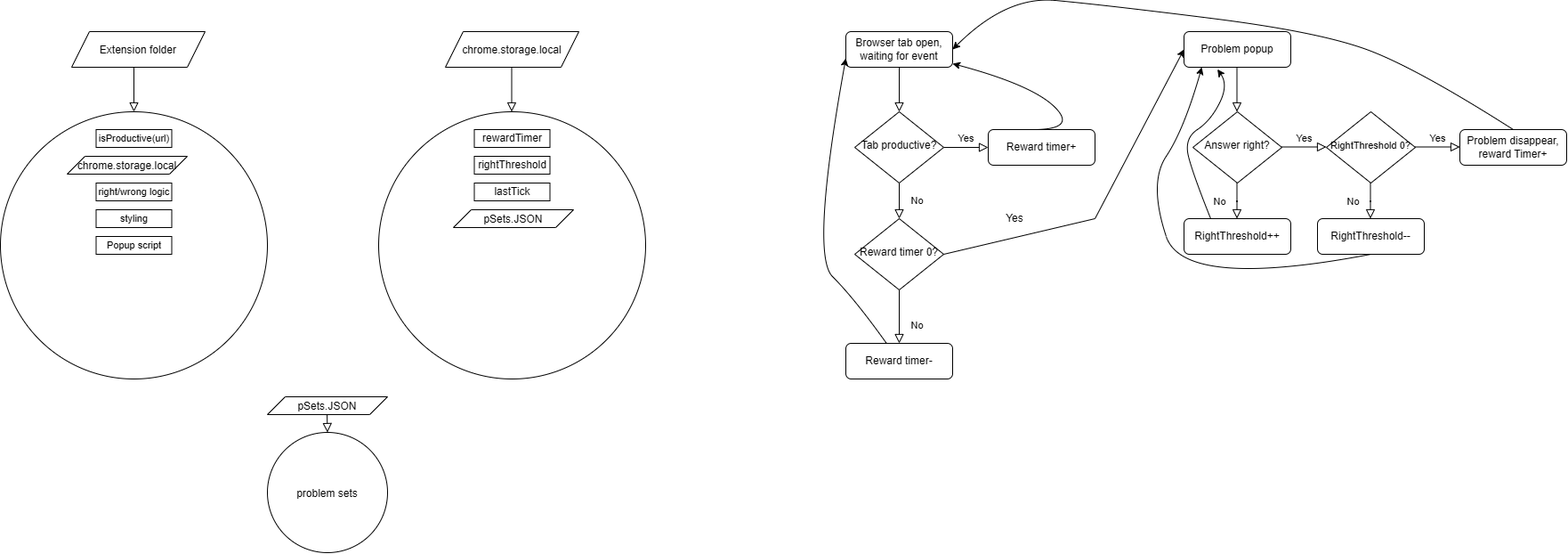
Before: docs/Flowchart_Design.drawio.png, a diagram exported from draw.io (bhaubenSCHOOL/prod-activity). Source tidied: cells renumbered, new cells last; positions are measured from the earlier drawing's top-left corner, leaving out a move shared by most shapes.
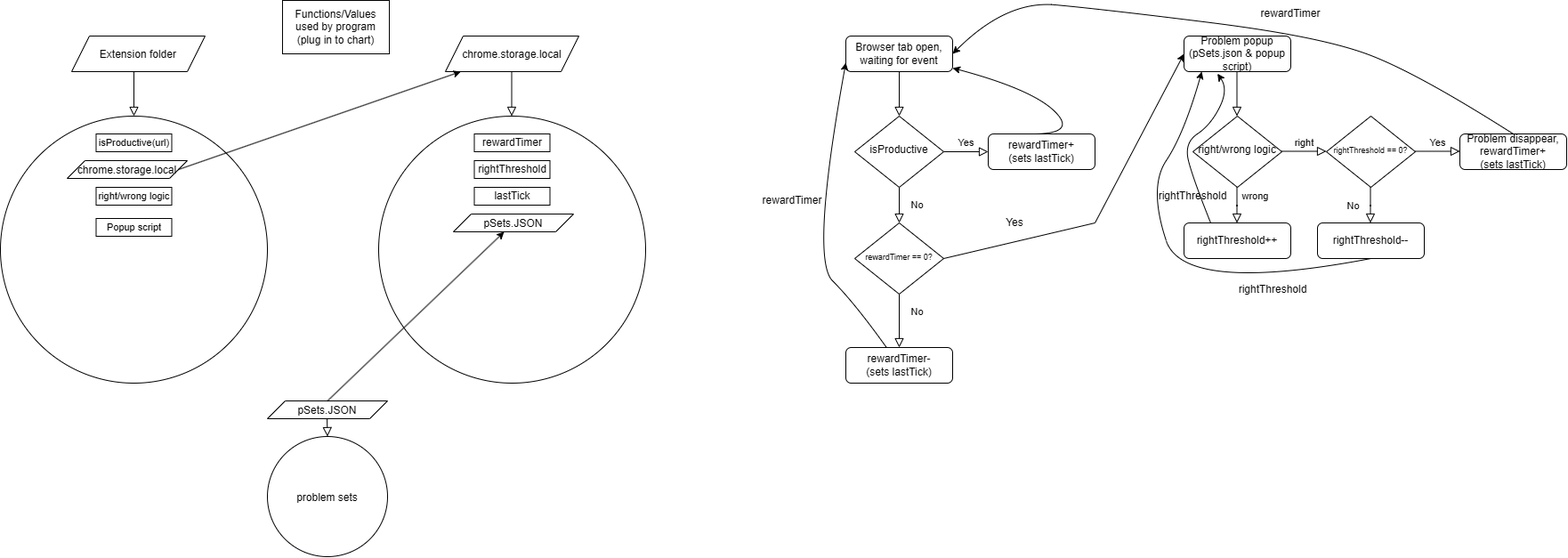
The same diagram one commit later.

Change to the diagram source:
```diff
@@ -14,25 +14,25 @@
     <mxCell id="5" value="Yes" style="edgeStyle=orthogonalEdgeStyle;rounded=0;html=1;jettySize=auto;fontSize=11;endArrow=block;endFill=0;endSize=8;strokeWidth=1;shadow=0;labelBackgroundColor=none;" parent="1" edge="1" source="6" target="7">
       <mxGeometry y="10" relative="1" as="geometry" />
     </mxCell>
-    <mxCell id="6" value="Tab productive?" style="rhombus;whiteSpace=wrap;html=1;shadow=0;fontFamily=Helvetica;fontSize=12;align=center;strokeWidth=1;spacing=6;spacingTop=-4;" parent="1" vertex="1">
+    <mxCell id="6" value="isProductive" style="rhombus;whiteSpace=wrap;html=1;shadow=0;fontFamily=Helvetica;fontSize=12;align=center;strokeWidth=1;spacing=6;spacingTop=-4;" parent="1" vertex="1">
       <mxGeometry x="960" y="130" width="100" height="80" as="geometry" />
     </mxCell>
-    <mxCell id="7" value="Reward timer+" style="rounded=1;whiteSpace=wrap;html=1;fontSize=12;glass=0;strokeWidth=1;shadow=0;" parent="1" vertex="1">
+    <mxCell id="7" value="rewardTimer+&lt;div&gt;(sets lastTick)&lt;/div&gt;" style="rounded=1;whiteSpace=wrap;html=1;fontSize=12;glass=0;strokeWidth=1;shadow=0;" parent="1" vertex="1">
       <mxGeometry x="1110" y="150" width="120" height="40" as="geometry" />
     </mxCell>
     <mxCell id="8" value="No" style="rounded=0;html=1;jettySize=auto;fontSize=11;endArrow=block;endFill=0;endSize=8;strokeWidth=1;shadow=0;labelBackgroundColor=none;edgeStyle=orthogonalEdgeStyle;" parent="1" edge="1" source="9" target="10">
-      <mxGeometry x="0.33" y="20" relative="1" as="geometry" />
+      <mxGeometry x="-0.33" y="20" relative="1" as="geometry" />
     </mxCell>
-    <mxCell id="9" value="Reward timer 0?" style="rhombus;whiteSpace=wrap;html=1;shadow=0;fontFamily=Helvetica;fontSize=12;align=center;strokeWidth=1;spacing=6;spacingTop=-4;" parent="1" vertex="1">
+    <mxCell id="9" value="&lt;font style=&quot;font-size: 9px;&quot;&gt;rewardTimer == 0?&lt;/font&gt;" style="rhombus;whiteSpace=wrap;html=1;shadow=0;fontFamily=Helvetica;fontSize=12;align=center;strokeWidth=1;spacing=6;spacingTop=-4;" parent="1" vertex="1">
       <mxGeometry x="960" y="250" width="100" height="80" as="geometry" />
     </mxCell>
-    <mxCell id="10" value="Reward timer-" style="rounded=1;whiteSpace=wrap;html=1;fontSize=12;glass=0;strokeWidth=1;shadow=0;" parent="1" vertex="1">
+    <mxCell id="10" value="rewardTimer-&lt;div&gt;(sets lastTick)&lt;/div&gt;" style="rounded=1;whiteSpace=wrap;html=1;fontSize=12;glass=0;strokeWidth=1;shadow=0;" parent="1" vertex="1">
       <mxGeometry x="950" y="390" width="120" height="40" as="geometry" />
     </mxCell>
-    <mxCell id="11" value="Problem popup" style="rounded=1;whiteSpace=wrap;html=1;fontSize=12;glass=0;strokeWidth=1;shadow=0;" parent="1" vertex="1">
+    <mxCell id="11" value="Problem popup&lt;div&gt;(pSets.json &amp;amp; popup script)&lt;/div&gt;" style="rounded=1;whiteSpace=wrap;html=1;fontSize=12;glass=0;strokeWidth=1;shadow=0;" parent="1" vertex="1">
       <mxGeometry x="1330" y="40" width="120" height="40" as="geometry" />
     </mxCell>
-    <mxCell id="12" value="Answer right?" style="rhombus;whiteSpace=wrap;html=1;shadow=0;fontFamily=Helvetica;fontSize=12;align=center;strokeWidth=1;spacing=6;spacingTop=-4;" parent="1" vertex="1">
+    <mxCell id="12" value="right/wrong logic" style="rhombus;whiteSpace=wrap;html=1;shadow=0;fontFamily=Helvetica;fontSize=12;align=center;strokeWidth=1;spacing=6;spacingTop=-4;" parent="1" vertex="1">
       <mxGeometry x="1340" y="130" width="100" height="80" as="geometry" />
     </mxCell>
     <mxCell id="13" style="rounded=0;html=1;jettySize=auto;orthogonalLoop=1;fontSize=11;endArrow=block;endFill=0;endSize=8;strokeWidth=1;shadow=0;labelBackgroundColor=none;edgeStyle=orthogonalEdgeStyle;" parent="1" edge="1">
@@ -41,22 +41,22 @@
         <mxPoint x="1389.5" y="130" as="targetPoint" />
       </mxGeometry>
     </mxCell>
-    <mxCell id="14" value="Yes" style="edgeStyle=orthogonalEdgeStyle;rounded=0;html=1;jettySize=auto;orthogonalLoop=1;fontSize=11;endArrow=block;endFill=0;endSize=8;strokeWidth=1;shadow=0;labelBackgroundColor=none;" parent="1" edge="1">
+    <mxCell id="14" value="right" style="edgeStyle=orthogonalEdgeStyle;rounded=0;html=1;jettySize=auto;orthogonalLoop=1;fontSize=11;endArrow=block;endFill=0;endSize=8;strokeWidth=1;shadow=0;labelBackgroundColor=none;" parent="1" edge="1">
       <mxGeometry y="10" relative="1" as="geometry">
         <mxPoint x="1440" y="169.5" as="sourcePoint" />
         <mxPoint x="1490" y="169.5" as="targetPoint" />
       </mxGeometry>
     </mxCell>
-    <mxCell id="15" value="No" style="rounded=0;html=1;jettySize=auto;orthogonalLoop=1;fontSize=11;endArrow=block;endFill=0;endSize=8;strokeWidth=1;shadow=0;labelBackgroundColor=none;edgeStyle=orthogonalEdgeStyle;" parent="1" edge="1">
-      <mxGeometry y="20" relative="1" as="geometry">
+    <mxCell id="15" value="wrong" style="rounded=0;html=1;jettySize=auto;orthogonalLoop=1;fontSize=11;endArrow=block;endFill=0;endSize=8;strokeWidth=1;shadow=0;labelBackgroundColor=none;edgeStyle=orthogonalEdgeStyle;" parent="1" edge="1">
+      <mxGeometry x="-0.52" y="20" relative="1" as="geometry">
         <mxPoint x="1389.5" y="210" as="sourcePoint" />
         <mxPoint x="1389.5" y="250" as="targetPoint" />
       </mxGeometry>
     </mxCell>
-    <mxCell id="16" value="RightThreshold++" style="rounded=1;whiteSpace=wrap;html=1;fontSize=12;glass=0;strokeWidth=1;shadow=0;" parent="1" vertex="1">
+    <mxCell id="16" value="rightThreshold++" style="rounded=1;whiteSpace=wrap;html=1;fontSize=12;glass=0;strokeWidth=1;shadow=0;" parent="1" vertex="1">
       <mxGeometry x="1330" y="250" width="120" height="40" as="geometry" />
     </mxCell>
-    <mxCell id="17" value="&lt;font style=&quot;font-size: 11px;&quot;&gt;RightThreshold 0?&lt;/font&gt;" style="rhombus;whiteSpace=wrap;html=1;shadow=0;fontFamily=Helvetica;fontSize=12;align=center;strokeWidth=1;spacing=6;spacingTop=-4;" parent="1" vertex="1">
+    <mxCell id="17" value="&lt;font style=&quot;font-size: 9px;&quot;&gt;rightThreshold == 0?&lt;/font&gt;" style="rhombus;whiteSpace=wrap;html=1;shadow=0;fontFamily=Helvetica;fontSize=12;align=center;strokeWidth=1;spacing=6;spacingTop=-4;" parent="1" vertex="1">
       <mxGeometry x="1490" y="130" width="100" height="80" as="geometry" />
     </mxCell>
     <mxCell id="18" value="No" style="rounded=0;html=1;jettySize=auto;orthogonalLoop=1;fontSize=11;endArrow=block;endFill=0;endSize=8;strokeWidth=1;shadow=0;labelBackgroundColor=none;edgeStyle=orthogonalEdgeStyle;" parent="1" edge="1">
@@ -65,7 +65,7 @@
         <mxPoint x="1539.5" y="250" as="targetPoint" />
       </mxGeometry>
     </mxCell>
-    <mxCell id="19" value="RightThreshold--" style="rounded=1;whiteSpace=wrap;html=1;fontSize=12;glass=0;strokeWidth=1;shadow=0;" parent="1" vertex="1">
+    <mxCell id="19" value="rightThreshold--" style="rounded=1;whiteSpace=wrap;html=1;fontSize=12;glass=0;strokeWidth=1;shadow=0;" parent="1" vertex="1">
       <mxGeometry x="1480" y="250" width="120" height="40" as="geometry" />
     </mxCell>
     <mxCell id="20" value="Yes" style="edgeStyle=orthogonalEdgeStyle;rounded=0;html=1;jettySize=auto;orthogonalLoop=1;fontSize=11;endArrow=block;endFill=0;endSize=8;strokeWidth=1;shadow=0;labelBackgroundColor=none;" parent="1" edge="1">
@@ -74,7 +74,7 @@
         <mxPoint x="1640" y="169.5" as="targetPoint" />
       </mxGeometry>
     </mxCell>
-    <mxCell id="21" value="Problem disappear, reward Timer+" style="rounded=1;whiteSpace=wrap;html=1;fontSize=12;glass=0;strokeWidth=1;shadow=0;" parent="1" vertex="1">
+    <mxCell id="21" value="Problem disappear, rewardTimer+&lt;div&gt;(sets lastTick)&lt;/div&gt;" style="rounded=1;whiteSpace=wrap;html=1;fontSize=12;glass=0;strokeWidth=1;shadow=0;" parent="1" vertex="1">
       <mxGeometry x="1640" y="150" width="120" height="40" as="geometry" />
     </mxCell>
     <mxCell id="22" style="endArrow=classic;html=1;rounded=0;defaultLabelBackgroundColor=page;entryX=0;entryY=0.5;entryDx=0;entryDy=0;exitX=1;exitY=0.5;exitDx=0;exitDy=0;" parent="1" edge="1" source="9" target="11">
@@ -126,11 +126,8 @@
     <mxCell id="34" value="&lt;font style=&quot;font-size: 11px;&quot;&gt;right/wrong logic&lt;/font&gt;" style="rounded=0;whiteSpace=wrap;html=1;" parent="1" vertex="1">
       <mxGeometry x="107.5" y="210" width="85" height="20" as="geometry" />
     </mxCell>
-    <mxCell id="35" value="&lt;font style=&quot;font-size: 11px;&quot;&gt;styling&lt;/font&gt;" style="rounded=0;whiteSpace=wrap;html=1;" parent="1" vertex="1">
-      <mxGeometry x="107.5" y="240" width="85" height="20" as="geometry" />
-    </mxCell>
     <mxCell id="36" value="&lt;span style=&quot;font-size: 11px;&quot;&gt;Popup script&lt;/span&gt;" style="rounded=0;whiteSpace=wrap;html=1;" parent="1" vertex="1">
-      <mxGeometry x="107.5" y="270" width="85" height="20" as="geometry" />
+      <mxGeometry x="107.5" y="245" width="85" height="20" as="geometry" />
     </mxCell>
     <mxCell id="37" value="pSets.JSON" style="shape=parallelogram;perimeter=parallelogramPerimeter;whiteSpace=wrap;html=1;shapeInside=1;fixedSize=1;" parent="1" vertex="1">
       <mxGeometry x="509" y="240" width="135" height="20" as="geometry" />
@@ -196,5 +193,26 @@
     <mxCell id="46" value="Yes" style="text;html=1;whiteSpace=wrap;strokeColor=none;fillColor=none;align=center;verticalAlign=middle;rounded=0;" parent="1" vertex="1">
       <mxGeometry x="1110" y="235" width="60" height="30" as="geometry" />
     </mxCell>
+    <mxCell id="47" style="endArrow=classic;html=1;rounded=0;defaultLabelBackgroundColor=page;exitX=1;exitY=0.5;exitDx=0;exitDy=0;" parent="1" edge="1" source="33" target="23">
+      <mxGeometry relative="1" as="geometry" />
+    </mxCell>
+    <mxCell id="48" style="endArrow=classic;html=1;rounded=0;defaultLabelBackgroundColor=page;exitX=0.5;exitY=0;exitDx=0;exitDy=0;" parent="1" edge="1" source="38" target="37">
+      <mxGeometry relative="1" as="geometry" />
+    </mxCell>
+    <mxCell id="49" value="Functions/Values used by program&lt;br&gt;(plug in to chart)" style="rounded=0;whiteSpace=wrap;html=1;" parent="1" vertex="1">
+      <mxGeometry x="317" width="120" height="60" as="geometry" />
+    </mxCell>
+    <mxCell id="50" value="rewardTimer" style="text;html=1;whiteSpace=wrap;strokeColor=none;fillColor=none;align=center;verticalAlign=middle;rounded=0;" parent="1" vertex="1">
+      <mxGeometry x="1420" width="60" height="30" as="geometry" />
+    </mxCell>
+    <mxCell id="51" value="rewardTimer" style="text;html=1;whiteSpace=wrap;strokeColor=none;fillColor=none;align=center;verticalAlign=middle;rounded=0;" parent="1" vertex="1">
+      <mxGeometry x="860" y="210" width="60" height="30" as="geometry" />
+    </mxCell>
+    <mxCell id="52" value="rightThreshold" style="text;html=1;whiteSpace=wrap;strokeColor=none;fillColor=none;align=center;verticalAlign=middle;rounded=0;" parent="1" vertex="1">
+      <mxGeometry x="1400" y="310" width="60" height="30" as="geometry" />
+    </mxCell>
+    <mxCell id="53" value="rightThreshold" style="text;html=1;whiteSpace=wrap;strokeColor=none;fillColor=none;align=center;verticalAlign=middle;rounded=0;" parent="1" vertex="1">
+      <mxGeometry x="1330" y="217.5" width="20" height="5" as="geometry" />
+    </mxCell>
   </root>
 </mxGraphModel>
```
